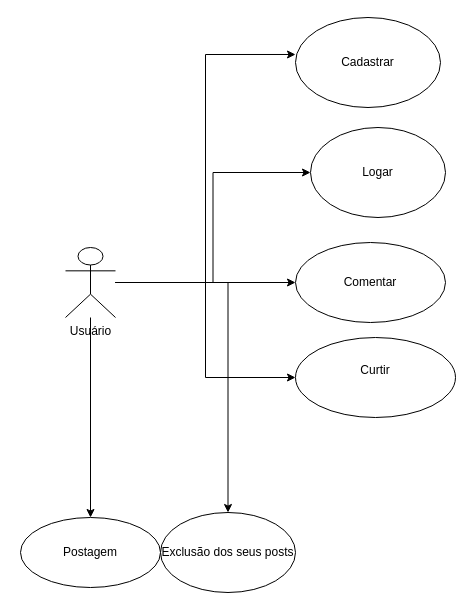
Earlier version of the draw.io diagram Diagrama 4IF.drawio (BrunoTdS456123/PPO2). Source tidied: cells renumbered, new cells numbered last; positions are measured from the earlier drawing's top-left corner, leaving out a move shared by most shapes. Both pictures are drawn from the tidied source at 100%, with x=0, y=0 at pixel (20, 17).
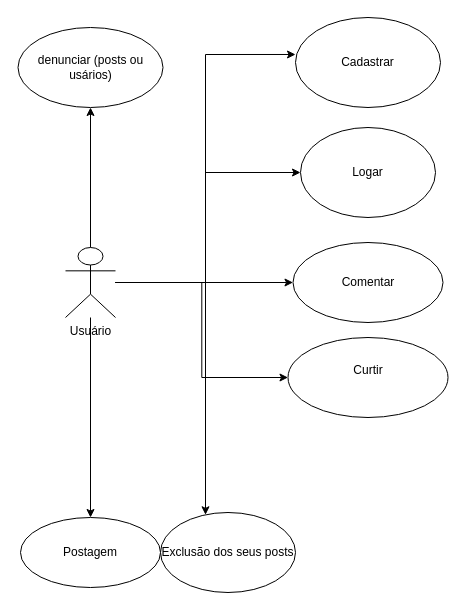
The same page after the edit.

Change to the diagram source:
```diff
@@
 <mxGraphModel>
   <root>
     <mxCell id="0" />
     <mxCell id="1" parent="0" />
     <mxCell id="2" style="edgeStyle=orthogonalEdgeStyle;rounded=0;jettySize=auto;html=1;entryX=0;entryY=0.5;entryDx=0;entryDy=0;" parent="1" edge="1" source="7" target="9">
       <mxGeometry relative="1" as="geometry" />
     </mxCell>
     <mxCell id="3" style="edgeStyle=orthogonalEdgeStyle;rounded=0;jettySize=auto;html=1;" parent="1" edge="1" source="7" target="8">
       <mxGeometry relative="1" as="geometry" />
     </mxCell>
     <mxCell id="4" style="edgeStyle=orthogonalEdgeStyle;rounded=0;jettySize=auto;html=1;" parent="1" edge="1" source="7" target="10">
       <mxGeometry relative="1" as="geometry" />
     </mxCell>
     <mxCell id="5" style="edgeStyle=orthogonalEdgeStyle;rounded=0;jettySize=auto;html=1;" parent="1" edge="1" source="7" target="11">
-      <mxGeometry relative="1" as="geometry" />
+      <mxGeometry relative="1" as="geometry">
+        <Array as="points">
+          <mxPoint x="185" y="265" />
+        </Array>
+      </mxGeometry>
     </mxCell>
     <mxCell id="6" style="edgeStyle=orthogonalEdgeStyle;rounded=0;jettySize=auto;html=1;entryX=0;entryY=0.5;entryDx=0;entryDy=0;" parent="1" edge="1" source="7" target="13">
-      <mxGeometry relative="1" as="geometry" />
+      <mxGeometry relative="1" as="geometry">
+        <Array as="points">
+          <mxPoint x="185" y="265" />
+          <mxPoint x="185" y="155" />
+        </Array>
+      </mxGeometry>
     </mxCell>
+    <mxCell id="15" style="edgeStyle=orthogonalEdgeStyle;rounded=0;jettySize=auto;html=1;" parent="1" edge="1" source="7" target="16">
+      <mxGeometry relative="1" as="geometry" />
+    </mxCell>
     <mxCell id="7" value="Usuário" style="shape=umlActor;verticalLabelPosition=bottom;verticalAlign=top;html=1;" parent="1" vertex="1">
       <mxGeometry x="45" y="230" width="50" height="70" as="geometry" />
     </mxCell>
     <mxCell id="8" value="&lt;div&gt;Postagem&lt;/div&gt;" style="ellipse;whiteSpace=wrap;html=1;" parent="1" vertex="1">
       <mxGeometry y="500" width="140" height="70" as="geometry" />
     </mxCell>
     <mxCell id="9" value="Curtir&lt;div&gt;&lt;br&gt;&lt;/div&gt;" style="ellipse;whiteSpace=wrap;html=1;" parent="1" vertex="1">
-      <mxGeometry x="275" y="320" width="160" height="80" as="geometry" />
+      <mxGeometry x="267.5" y="320" width="160" height="80" as="geometry" />
     </mxCell>
     <mxCell id="10" value="Comentar" style="ellipse;whiteSpace=wrap;html=1;" parent="1" vertex="1">
-      <mxGeometry x="275" y="225" width="150" height="80" as="geometry" />
+      <mxGeometry x="272.5" y="225" width="150" height="80" as="geometry" />
     </mxCell>
     <mxCell id="11" value="Exclusão dos seus posts" style="ellipse;whiteSpace=wrap;html=1;" parent="1" vertex="1">
       <mxGeometry x="140" y="495" width="135" height="80" as="geometry" />
     </mxCell>
     <mxCell id="12" value="Cadastrar" style="ellipse;whiteSpace=wrap;html=1;" parent="1" vertex="1">
       <mxGeometry x="275" width="145" height="90" as="geometry" />
     </mxCell>
     <mxCell id="13" value="Logar" style="ellipse;whiteSpace=wrap;html=1;" parent="1" vertex="1">
-      <mxGeometry x="290" y="110" width="135" height="90" as="geometry" />
+      <mxGeometry x="280" y="110" width="135" height="90" as="geometry" />
     </mxCell>
     <mxCell id="14" style="edgeStyle=orthogonalEdgeStyle;rounded=0;jettySize=auto;html=1;entryX=0;entryY=0.411;entryDx=0;entryDy=0;entryPerimeter=0;" parent="1" edge="1" source="7" target="12">
       <mxGeometry relative="1" as="geometry" />
     </mxCell>
+    <mxCell id="16" value="denunciar (posts ou usários)" style="ellipse;whiteSpace=wrap;html=1;" parent="1" vertex="1">
+      <mxGeometry x="-2.5" y="10" width="145" height="80" as="geometry" />
+    </mxCell>
   </root>
 </mxGraphModel>
```
